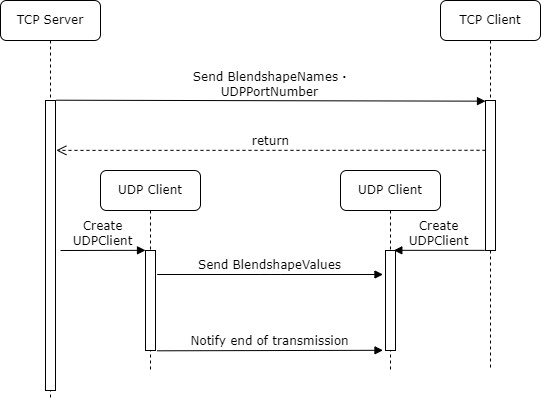
ZukunFCS/fcs-doc keeps this draw.io diagram as doc/images/FCSRTPython_protocol.png. Above is the earlier version. Source tidied: cells renumbered, new cells last; positions are measured from the earlier drawing's top-left corner, leaving out a move shared by most shapes.
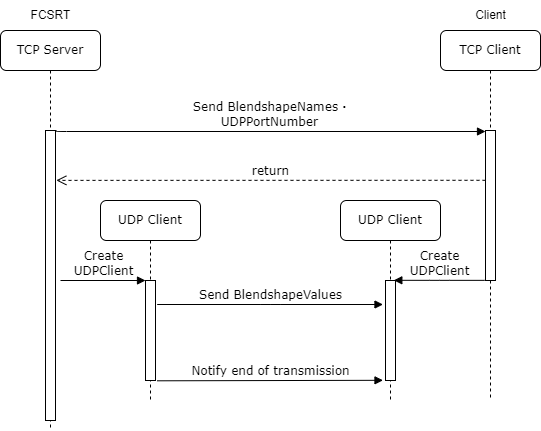
After the change.

Diff of the diagram source:
```diff
@@ -46,5 +46,11 @@
     <mxCell id="15" value="Create &lt;br&gt;UDPClient" style="html=1;verticalAlign=bottom;endArrow=block;labelBackgroundColor=none;fontFamily=Verdana;fontSize=12;edgeStyle=elbowEdgeStyle;elbow=vertical;entryX=0.833;entryY=-0.002;entryDx=0;entryDy=0;entryPerimeter=0;exitX=-0.083;exitY=0.999;exitDx=0;exitDy=0;exitPerimeter=0;" parent="1" edge="1" source="5" target="14">
       <mxGeometry relative="1" as="geometry" />
     </mxCell>
+    <mxCell id="16" value="FCSRT" style="text;html=1;align=center;verticalAlign=middle;strokeColor=none;fillColor=none;" parent="1" vertex="1">
+      <mxGeometry x="20" y="-30" width="60" height="30" as="geometry" />
+    </mxCell>
+    <mxCell id="17" value="Client" style="text;html=1;align=center;verticalAlign=middle;strokeColor=none;fillColor=none;" parent="1" vertex="1">
+      <mxGeometry x="465" y="-30" width="50" height="30" as="geometry" />
+    </mxCell>
   </root>
 </mxGraphModel>
```
